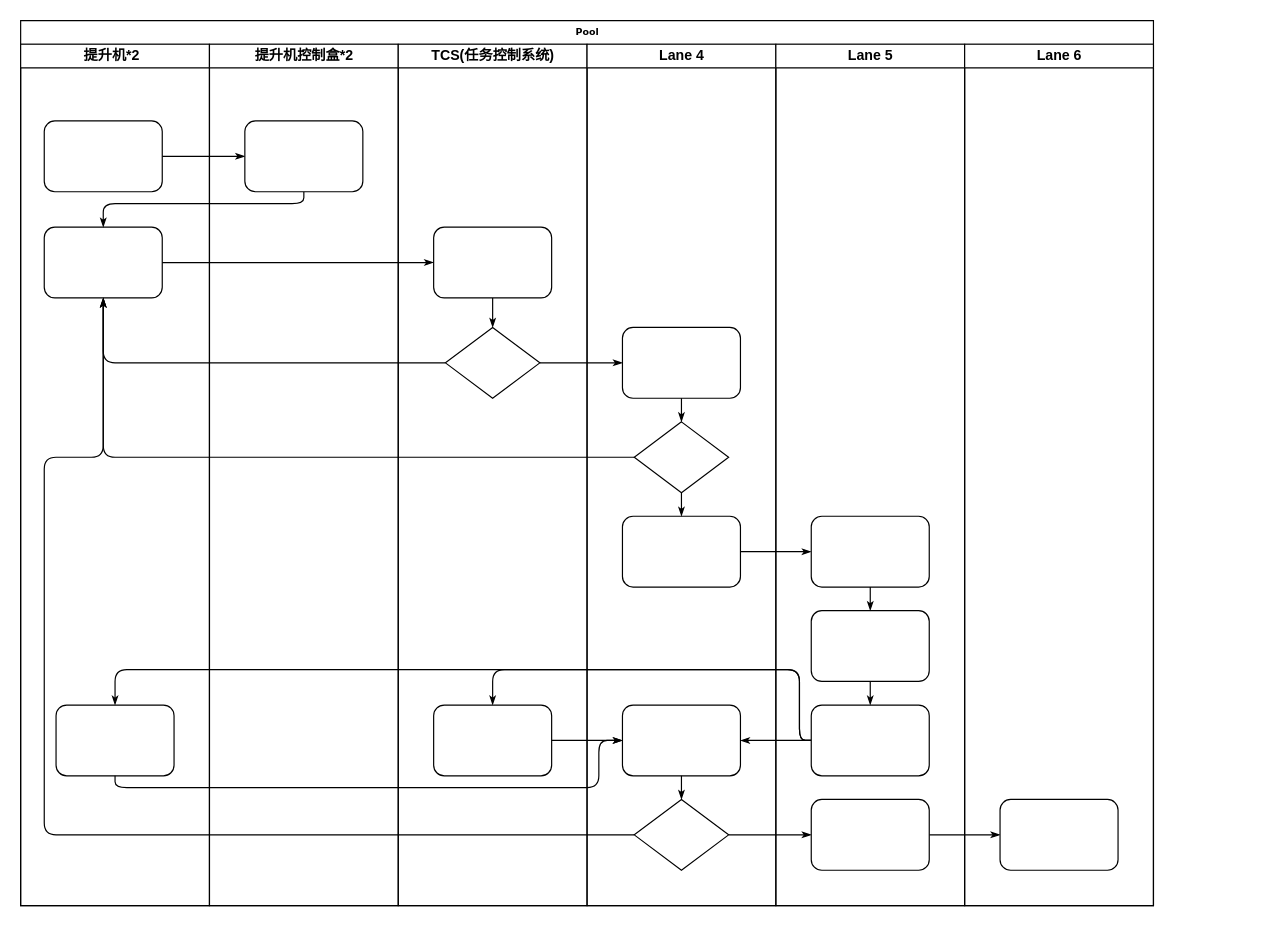
Earlier version of the draw.io diagram data/五子醉流程图2.drawio (chenyanxi/hosts). Source tidied: cells renumbered, new cells numbered last; positions are measured from the earlier drawing's top-left corner, leaving out a move shared by most shapes. Both pictures are drawn from the tidied source at 118%, with x=0, y=0 at pixel (20, 20).
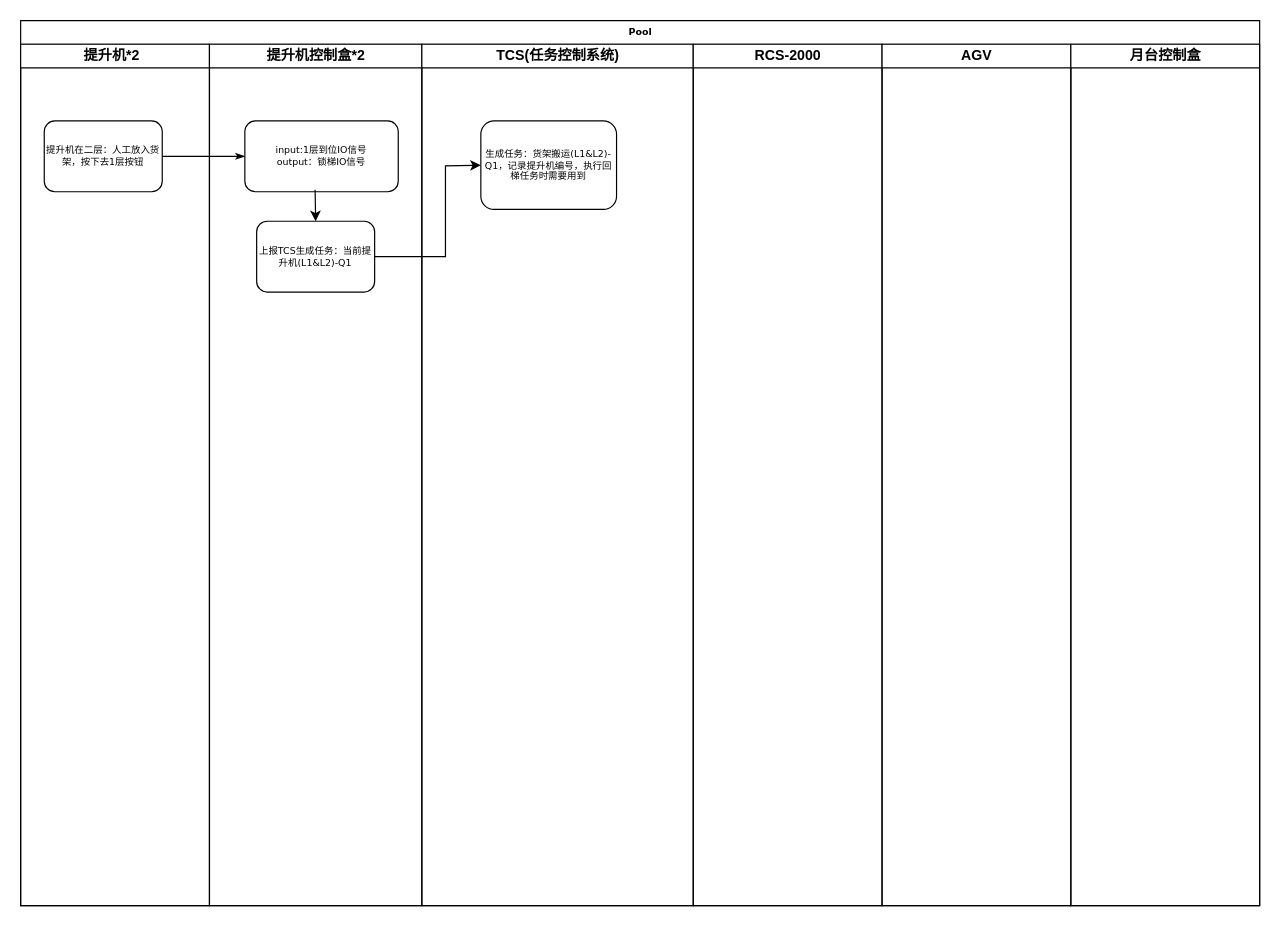
Above is the later version.

Commit message (it also covers changes not shown here):
更新五子醉流程图2.drawio

Unchanged cells that the change refers to:
```xml
<mxCell id="3" value="提升机*2&lt;span style=&quot;white-space: pre;&quot;&gt;&#9;&lt;/span&gt;" style="swimlane;html=1;startSize=20;" parent="2" vertex="1">
  <mxGeometry y="20" width="160" height="730" as="geometry" />
</mxCell>
```

What changed in the source:
```diff
@@
     <mxCell id="2" value="Pool" style="swimlane;html=1;startSize=20;rounded=0;shadow=0;labelBackgroundColor=none;strokeWidth=1;fontFamily=Verdana;fontSize=8;align=center;" parent="1" vertex="1">
-      <mxGeometry width="960" height="750" as="geometry" />
+      <mxGeometry width="1050" height="750" as="geometry" />
     </mxCell>
@@
-    <mxCell id="4" style="rounded=1;whiteSpace=wrap;html=1;shadow=0;labelBackgroundColor=none;strokeWidth=1;fontFamily=Verdana;fontSize=8;align=center;" parent="3" vertex="1">
+    <mxCell id="4" value="提升机在二层：人工放入货架，按下去1层按钮" style="rounded=1;whiteSpace=wrap;html=1;shadow=0;labelBackgroundColor=none;strokeWidth=1;fontFamily=Verdana;fontSize=8;align=center;" parent="3" vertex="1">
       <mxGeometry x="20" y="65" width="100" height="60" as="geometry" />
     </mxCell>
-    <mxCell id="5" style="rounded=1;whiteSpace=wrap;html=1;shadow=0;labelBackgroundColor=none;strokeWidth=1;fontFamily=Verdana;fontSize=8;align=center;" parent="3" vertex="1">
-      <mxGeometry x="20" y="155" width="100" height="60" as="geometry" />
-    </mxCell>
-    <mxCell id="6" style="rounded=1;whiteSpace=wrap;html=1;shadow=0;labelBackgroundColor=none;strokeWidth=1;fontFamily=Verdana;fontSize=8;align=center;" parent="3" vertex="1">
-      <mxGeometry x="30" y="560" width="100" height="60" as="geometry" />
-    </mxCell>
-    <mxCell id="7" style="edgeStyle=orthogonalEdgeStyle;rounded=1;html=1;labelBackgroundColor=none;startArrow=none;startFill=0;startSize=5;endArrow=classicThin;endFill=1;endSize=5;jettySize=auto;strokeWidth=1;fontFamily=Verdana;fontSize=8;" parent="2" edge="1" source="4" target="23">
+    <mxCell id="7" style="edgeStyle=orthogonalEdgeStyle;rounded=1;html=1;labelBackgroundColor=none;startArrow=none;startFill=0;startSize=5;endArrow=classicThin;endFill=1;endSize=5;jettySize=auto;strokeWidth=1;fontFamily=Verdana;fontSize=8;entryX=0;entryY=0.5;entryDx=0;entryDy=0;" parent="2" edge="1" source="4" target="47">
       <mxGeometry relative="1" as="geometry" />
     </mxCell>
-    <mxCell id="8" style="edgeStyle=orthogonalEdgeStyle;rounded=1;html=1;labelBackgroundColor=none;startArrow=none;startFill=0;startSize=5;endArrow=classicThin;endFill=1;endSize=5;jettySize=auto;strokeWidth=1;fontFamily=Verdana;fontSize=8;" parent="2" edge="1" source="23" target="5">
-      <mxGeometry relative="1" as="geometry">
-        <Array as="points">
-          <mxPoint x="240" y="155" />
-          <mxPoint x="70" y="155" />
-        </Array>
-      </mxGeometry>
-    </mxCell>
-    <mxCell id="9" style="edgeStyle=orthogonalEdgeStyle;rounded=1;html=1;labelBackgroundColor=none;startArrow=none;startFill=0;startSize=5;endArrow=classicThin;endFill=1;endSize=5;jettySize=auto;strokeWidth=1;fontFamily=Verdana;fontSize=8;" parent="2" edge="1" source="5" target="25">
-      <mxGeometry relative="1" as="geometry" />
-    </mxCell>
-    <mxCell id="10" style="edgeStyle=orthogonalEdgeStyle;rounded=1;html=1;labelBackgroundColor=none;startArrow=none;startFill=0;startSize=5;endArrow=classicThin;endFill=1;endSize=5;jettySize=auto;strokeWidth=1;fontFamily=Verdana;fontSize=8;" parent="2" edge="1" source="26" target="5">
-      <mxGeometry relative="1" as="geometry" />
-    </mxCell>
-    <mxCell id="11" style="edgeStyle=orthogonalEdgeStyle;rounded=1;html=1;labelBackgroundColor=none;startArrow=none;startFill=0;startSize=5;endArrow=classicThin;endFill=1;endSize=5;jettySize=auto;strokeWidth=1;fontFamily=Verdana;fontSize=8;" parent="2" edge="1" source="31" target="5">
-      <mxGeometry relative="1" as="geometry" />
-    </mxCell>
-    <mxCell id="12" style="edgeStyle=orthogonalEdgeStyle;rounded=1;html=1;labelBackgroundColor=none;startArrow=none;startFill=0;startSize=5;endArrow=classicThin;endFill=1;endSize=5;jettySize=auto;strokeWidth=1;fontFamily=Verdana;fontSize=8;" parent="2" edge="1" source="34" target="5">
-      <mxGeometry relative="1" as="geometry">
-        <Array as="points">
-          <mxPoint x="20" y="690" />
-          <mxPoint x="20" y="370" />
-          <mxPoint x="70" y="370" />
-        </Array>
-      </mxGeometry>
-    </mxCell>
-    <mxCell id="13" style="edgeStyle=orthogonalEdgeStyle;rounded=1;html=1;labelBackgroundColor=none;startArrow=none;startFill=0;startSize=5;endArrow=classicThin;endFill=1;endSize=5;jettySize=auto;strokeWidth=1;fontFamily=Verdana;fontSize=8;" parent="2" edge="1" source="26" target="30">
-      <mxGeometry relative="1" as="geometry" />
-    </mxCell>
-    <mxCell id="14" style="edgeStyle=orthogonalEdgeStyle;rounded=1;html=1;labelBackgroundColor=none;startArrow=none;startFill=0;startSize=5;endArrow=classicThin;endFill=1;endSize=5;jettySize=auto;strokeWidth=1;fontFamily=Verdana;fontSize=8;" parent="2" edge="1" source="34" target="42">
-      <mxGeometry relative="1" as="geometry" />
-    </mxCell>
-    <mxCell id="15" style="edgeStyle=orthogonalEdgeStyle;rounded=1;html=1;labelBackgroundColor=none;startArrow=none;startFill=0;startSize=5;endArrow=classicThin;endFill=1;endSize=5;jettySize=auto;strokeWidth=1;fontFamily=Verdana;fontSize=8;" parent="2" edge="1" source="42" target="46">
-      <mxGeometry relative="1" as="geometry" />
-    </mxCell>
-    <mxCell id="16" style="edgeStyle=orthogonalEdgeStyle;rounded=1;html=1;labelBackgroundColor=none;startArrow=none;startFill=0;startSize=5;endArrow=classicThin;endFill=1;endSize=5;jettySize=auto;strokeWidth=1;fontFamily=Verdana;fontSize=8;" parent="2" edge="1" source="32" target="39">
-      <mxGeometry relative="1" as="geometry" />
-    </mxCell>
-    <mxCell id="17" style="edgeStyle=orthogonalEdgeStyle;rounded=1;html=1;labelBackgroundColor=none;startArrow=none;startFill=0;startSize=5;endArrow=classicThin;endFill=1;endSize=5;jettySize=auto;strokeWidth=1;fontFamily=Verdana;fontSize=8;" parent="2" edge="1" source="41" target="27">
-      <mxGeometry relative="1" as="geometry">
-        <Array as="points">
-          <mxPoint x="660" y="610" />
-          <mxPoint x="660" y="550" />
-          <mxPoint x="400" y="550" />
-        </Array>
-      </mxGeometry>
-    </mxCell>
-    <mxCell id="18" style="edgeStyle=orthogonalEdgeStyle;rounded=1;html=1;labelBackgroundColor=none;startArrow=none;startFill=0;startSize=5;endArrow=classicThin;endFill=1;endSize=5;jettySize=auto;strokeColor=#000000;strokeWidth=1;fontFamily=Verdana;fontSize=8;fontColor=#000000;" parent="2" edge="1" source="41" target="33">
-      <mxGeometry relative="1" as="geometry" />
-    </mxCell>
-    <mxCell id="19" style="edgeStyle=orthogonalEdgeStyle;rounded=1;html=1;labelBackgroundColor=none;startArrow=none;startFill=0;startSize=5;endArrow=classicThin;endFill=1;endSize=5;jettySize=auto;strokeWidth=1;fontFamily=Verdana;fontSize=8;" parent="2" edge="1" source="41" target="6">
-      <mxGeometry relative="1" as="geometry">
-        <Array as="points">
-          <mxPoint x="660" y="610" />
-          <mxPoint x="660" y="550" />
-          <mxPoint x="80" y="550" />
-        </Array>
-      </mxGeometry>
-    </mxCell>
-    <mxCell id="20" style="edgeStyle=orthogonalEdgeStyle;rounded=1;html=1;labelBackgroundColor=none;startArrow=none;startFill=0;startSize=5;endArrow=classicThin;endFill=1;endSize=5;jettySize=auto;strokeWidth=1;fontFamily=Verdana;fontSize=8;" parent="2" edge="1" source="6" target="33">
-      <mxGeometry relative="1" as="geometry">
-        <Array as="points">
-          <mxPoint x="80" y="650" />
-          <mxPoint x="490" y="650" />
-          <mxPoint x="490" y="610" />
-        </Array>
-      </mxGeometry>
-    </mxCell>
-    <mxCell id="21" style="edgeStyle=orthogonalEdgeStyle;rounded=1;html=1;labelBackgroundColor=none;startArrow=none;startFill=0;startSize=5;endArrow=classicThin;endFill=1;endSize=5;jettySize=auto;strokeWidth=1;fontFamily=Verdana;fontSize=8;" parent="2" edge="1" source="27" target="33">
-      <mxGeometry relative="1" as="geometry" />
-    </mxCell>
     <mxCell id="22" value="提升机控制盒*2" style="swimlane;html=1;startSize=20;" parent="2" vertex="1">
-      <mxGeometry x="160" y="20" width="160" height="730" as="geometry" />
+      <mxGeometry x="160" y="20" width="180" height="730" as="geometry" />
     </mxCell>
-    <mxCell id="23" style="rounded=1;whiteSpace=wrap;html=1;shadow=0;labelBackgroundColor=none;strokeWidth=1;fontFamily=Verdana;fontSize=8;align=center;" parent="22" vertex="1">
-      <mxGeometry x="30" y="65" width="100" height="60" as="geometry" />
-    </mxCell>
+    <mxCell id="47" value="input:1层到位IO信号&lt;br&gt;output：锁梯IO信号" style="rounded=1;whiteSpace=wrap;html=1;shadow=0;labelBackgroundColor=none;strokeWidth=1;fontFamily=Verdana;fontSize=8;align=center;" parent="22" vertex="1">
+      <mxGeometry x="30" y="65" width="130" height="60" as="geometry" />
+    </mxCell>
+    <mxCell id="48" value="上报TCS生成任务：当前提升机(L1&amp;amp;L2)-Q1" style="whiteSpace=wrap;html=1;fontSize=8;fontFamily=Verdana;rounded=1;shadow=0;labelBackgroundColor=none;strokeWidth=1;" parent="22" vertex="1">
+      <mxGeometry x="40" y="150" width="100" height="60" as="geometry" />
+    </mxCell>
+    <mxCell id="49" style="endArrow=classic;html=1;rounded=0;entryX=0.5;entryY=0;entryDx=0;entryDy=0;exitX=0.458;exitY=0.971;exitDx=0;exitDy=0;exitPerimeter=0;" parent="22" edge="1" source="47" target="48">
+      <mxGeometry relative="1" as="geometry" />
+    </mxCell>
     <mxCell id="24" value="TCS(任务控制系统)" style="swimlane;html=1;startSize=20;" parent="2" vertex="1">
-      <mxGeometry x="320" y="20" width="160" height="730" as="geometry" />
+      <mxGeometry x="340" y="20" width="230" height="730" as="geometry" />
     </mxCell>
-    <mxCell id="25" style="rounded=1;whiteSpace=wrap;html=1;shadow=0;labelBackgroundColor=none;strokeWidth=1;fontFamily=Verdana;fontSize=8;align=center;" parent="24" vertex="1">
-      <mxGeometry x="30" y="155" width="100" height="60" as="geometry" />
-    </mxCell>
-    <mxCell id="26" style="rhombus;whiteSpace=wrap;html=1;rounded=0;shadow=0;labelBackgroundColor=none;strokeWidth=1;fontFamily=Verdana;fontSize=8;align=center;" parent="24" vertex="1">
-      <mxGeometry x="40" y="240" width="80" height="60" as="geometry" />
-    </mxCell>
-    <mxCell id="27" style="rounded=1;whiteSpace=wrap;html=1;shadow=0;labelBackgroundColor=none;strokeWidth=1;fontFamily=Verdana;fontSize=8;align=center;" parent="24" vertex="1">
-      <mxGeometry x="30" y="560" width="100" height="60" as="geometry" />
-    </mxCell>
-    <mxCell id="28" style="edgeStyle=orthogonalEdgeStyle;rounded=1;html=1;labelBackgroundColor=none;startArrow=none;startFill=0;startSize=5;endArrow=classicThin;endFill=1;endSize=5;jettySize=auto;strokeWidth=1;fontFamily=Verdana;fontSize=8;" parent="24" edge="1" source="25" target="26">
-      <mxGeometry relative="1" as="geometry" />
-    </mxCell>
+    <mxCell id="50" value="生成任务：货架搬运(L1&amp;amp;L2)-Q1，记录提升机编号，执行回梯任务时需要用到" style="whiteSpace=wrap;html=1;fontSize=8;fontFamily=Verdana;rounded=1;shadow=0;labelBackgroundColor=none;strokeWidth=1;fillColor=#FFFFFF;" parent="24" vertex="1">
+      <mxGeometry x="50" y="65" width="115" height="75" as="geometry" />
+    </mxCell>
-    <mxCell id="29" value="Lane 4" style="swimlane;html=1;startSize=20;" parent="2" vertex="1">
-      <mxGeometry x="480" y="20" width="160" height="730" as="geometry" />
+    <mxCell id="29" value="RCS-2000" style="swimlane;html=1;startSize=20;" parent="2" vertex="1">
+      <mxGeometry x="570" y="20" width="160" height="730" as="geometry" />
     </mxCell>
-    <mxCell id="30" style="rounded=1;whiteSpace=wrap;html=1;shadow=0;labelBackgroundColor=none;strokeWidth=1;fontFamily=Verdana;fontSize=8;align=center;" parent="29" vertex="1">
-      <mxGeometry x="30" y="240" width="100" height="60" as="geometry" />
-    </mxCell>
-    <mxCell id="31" style="rhombus;whiteSpace=wrap;html=1;rounded=0;shadow=0;labelBackgroundColor=none;strokeWidth=1;fontFamily=Verdana;fontSize=8;align=center;" parent="29" vertex="1">
-      <mxGeometry x="40" y="320" width="80" height="60" as="geometry" />
-    </mxCell>
-    <mxCell id="32" style="rounded=1;whiteSpace=wrap;html=1;shadow=0;labelBackgroundColor=none;strokeWidth=1;fontFamily=Verdana;fontSize=8;align=center;" parent="29" vertex="1">
-      <mxGeometry x="30" y="400" width="100" height="60" as="geometry" />
-    </mxCell>
-    <mxCell id="33" style="rounded=1;whiteSpace=wrap;html=1;shadow=0;labelBackgroundColor=none;strokeWidth=1;fontFamily=Verdana;fontSize=8;align=center;" parent="29" vertex="1">
-      <mxGeometry x="30" y="560" width="100" height="60" as="geometry" />
-    </mxCell>
-    <mxCell id="34" style="rhombus;whiteSpace=wrap;html=1;rounded=0;shadow=0;labelBackgroundColor=none;strokeWidth=1;fontFamily=Verdana;fontSize=8;align=center;" parent="29" vertex="1">
-      <mxGeometry x="40" y="640" width="80" height="60" as="geometry" />
-    </mxCell>
-    <mxCell id="35" style="edgeStyle=orthogonalEdgeStyle;rounded=1;html=1;labelBackgroundColor=none;startArrow=none;startFill=0;startSize=5;endArrow=classicThin;endFill=1;endSize=5;jettySize=auto;strokeColor=#000000;strokeWidth=1;fontFamily=Verdana;fontSize=8;fontColor=#000000;" parent="29" edge="1" source="30" target="31">
-      <mxGeometry relative="1" as="geometry" />
-    </mxCell>
-    <mxCell id="36" style="edgeStyle=orthogonalEdgeStyle;rounded=1;html=1;labelBackgroundColor=none;startArrow=none;startFill=0;startSize=5;endArrow=classicThin;endFill=1;endSize=5;jettySize=auto;strokeWidth=1;fontFamily=Verdana;fontSize=8;" parent="29" edge="1" source="31" target="32">
-      <mxGeometry relative="1" as="geometry" />
-    </mxCell>
-    <mxCell id="37" style="edgeStyle=orthogonalEdgeStyle;rounded=1;html=1;labelBackgroundColor=none;startArrow=none;startFill=0;startSize=5;endArrow=classicThin;endFill=1;endSize=5;jettySize=auto;strokeWidth=1;fontFamily=Verdana;fontSize=8;" parent="29" edge="1" source="33" target="34">
-      <mxGeometry relative="1" as="geometry" />
-    </mxCell>
-    <mxCell id="38" value="Lane 5" style="swimlane;html=1;startSize=20;" parent="2" vertex="1">
-      <mxGeometry x="640" y="20" width="160" height="730" as="geometry" />
+    <mxCell id="38" value="AGV" style="swimlane;html=1;startSize=20;" parent="2" vertex="1">
+      <mxGeometry x="730" y="20" width="160" height="730" as="geometry" />
     </mxCell>
-    <mxCell id="39" style="rounded=1;whiteSpace=wrap;html=1;shadow=0;labelBackgroundColor=none;strokeWidth=1;fontFamily=Verdana;fontSize=8;align=center;" parent="38" vertex="1">
-      <mxGeometry x="30" y="400" width="100" height="60" as="geometry" />
-    </mxCell>
-    <mxCell id="40" style="rounded=1;whiteSpace=wrap;html=1;shadow=0;labelBackgroundColor=none;strokeWidth=1;fontFamily=Verdana;fontSize=8;align=center;" parent="38" vertex="1">
-      <mxGeometry x="30" y="480" width="100" height="60" as="geometry" />
-    </mxCell>
-    <mxCell id="41" style="rounded=1;whiteSpace=wrap;html=1;shadow=0;labelBackgroundColor=none;strokeWidth=1;fontFamily=Verdana;fontSize=8;align=center;" parent="38" vertex="1">
-      <mxGeometry x="30" y="560" width="100" height="60" as="geometry" />
-    </mxCell>
-    <mxCell id="42" style="rounded=1;whiteSpace=wrap;html=1;shadow=0;labelBackgroundColor=none;strokeWidth=1;fontFamily=Verdana;fontSize=8;align=center;" parent="38" vertex="1">
-      <mxGeometry x="30" y="640" width="100" height="60" as="geometry" />
-    </mxCell>
-    <mxCell id="43" style="edgeStyle=orthogonalEdgeStyle;rounded=1;html=1;labelBackgroundColor=none;startArrow=none;startFill=0;startSize=5;endArrow=classicThin;endFill=1;endSize=5;jettySize=auto;strokeWidth=1;fontFamily=Verdana;fontSize=8;" parent="38" edge="1" source="39" target="40">
-      <mxGeometry relative="1" as="geometry" />
-    </mxCell>
-    <mxCell id="44" style="edgeStyle=orthogonalEdgeStyle;rounded=1;html=1;labelBackgroundColor=none;startArrow=none;startFill=0;startSize=5;endArrow=classicThin;endFill=1;endSize=5;jettySize=auto;strokeWidth=1;fontFamily=Verdana;fontSize=8;" parent="38" edge="1" source="40" target="41">
-      <mxGeometry relative="1" as="geometry" />
-    </mxCell>
-    <mxCell id="45" value="Lane 6" style="swimlane;html=1;startSize=20;" parent="2" vertex="1">
-      <mxGeometry x="800" y="20" width="160" height="730" as="geometry" />
+    <mxCell id="45" value="月台控制盒" style="swimlane;html=1;startSize=20;" parent="2" vertex="1">
+      <mxGeometry x="890" y="20" width="160" height="730" as="geometry" />
     </mxCell>
-    <mxCell id="46" style="rounded=1;whiteSpace=wrap;html=1;shadow=0;labelBackgroundColor=none;strokeWidth=1;fontFamily=Verdana;fontSize=8;align=center;" parent="45" vertex="1">
-      <mxGeometry x="30" y="640" width="100" height="60" as="geometry" />
-    </mxCell>
+    <mxCell id="51" style="endArrow=classic;html=1;rounded=0;exitX=1;exitY=0.5;exitDx=0;exitDy=0;entryX=0;entryY=0.5;entryDx=0;entryDy=0;" parent="2" edge="1" source="48" target="50">
+      <mxGeometry relative="1" as="geometry">
+        <Array as="points">
+          <mxPoint x="360" y="200" />
+          <mxPoint x="360" y="123" />
+        </Array>
+      </mxGeometry>
+    </mxCell>
```
